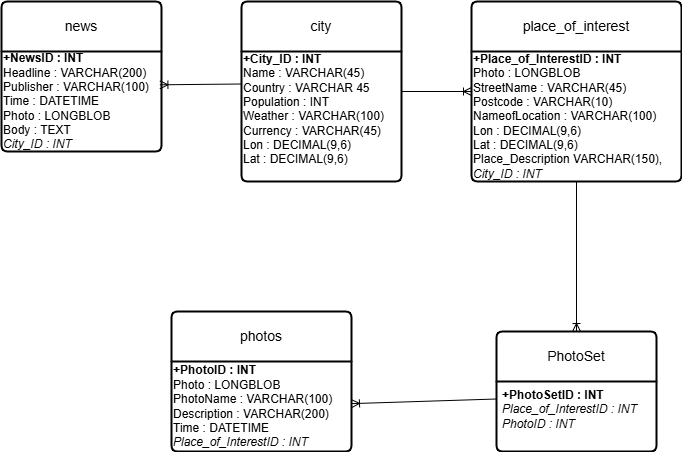
Earlier version of the draw.io export ER Models/LogicalERModel.png (ArafatRChowdhury/DSATwinCities). Source tidied: cells renumbered, new cells last; positions are measured from the earlier drawing's top-left corner, leaving out a move shared by most shapes. Source of this version:
```xml
<mxGraphModel>
  <root>
    <mxCell id="0" />
    <mxCell id="1" parent="0" />
    <mxCell id="2" value="city" style="swimlane;horizontal=1;startSize=50;rounded=1;fontSize=14;fontStyle=0;strokeWidth=2;shadow=0;dashed=0;align=center;arcSize=4;whiteSpace=wrap;html=1;" parent="1" vertex="1">
      <mxGeometry x="240" width="160" height="180" as="geometry" />
    </mxCell>
    <mxCell id="3" value="&lt;b&gt;+City_ID : INT&lt;/b&gt;&lt;div&gt;Name : VARCHAR(45)&lt;/div&gt;&lt;div&gt;Country : VARCHAR 45&lt;/div&gt;&lt;div&gt;Population : INT&lt;/div&gt;&lt;div&gt;Weather : VARCHAR(100)&lt;/div&gt;&lt;div&gt;Currency : VARCHAR(45)&lt;/div&gt;&lt;div&gt;Lon : DECIMAL(9,6)&lt;/div&gt;&lt;div&gt;Lat : DECIMAL(9,6)&lt;/div&gt;&lt;div&gt;&lt;br&gt;&lt;/div&gt;" style="text;html=1;align=left;verticalAlign=middle;whiteSpace=wrap;rounded=0;" parent="2" vertex="1">
      <mxGeometry y="50" width="160" height="130" as="geometry" />
    </mxCell>
    <mxCell id="4" value="place_of_interest" style="swimlane;horizontal=1;startSize=50;rounded=1;fontSize=14;fontStyle=0;strokeWidth=2;shadow=0;dashed=0;align=center;arcSize=4;whiteSpace=wrap;html=1;" parent="1" vertex="1">
      <mxGeometry x="470" width="210" height="180" as="geometry" />
    </mxCell>
    <mxCell id="5" value="&lt;b&gt;+Place_of_InterestID : INT&lt;/b&gt;&lt;div&gt;Photo : LONGBLOB&lt;/div&gt;&lt;div&gt;StreetName : VARCHAR(45)&lt;/div&gt;&lt;div&gt;Postcode : VARCHAR(10)&lt;/div&gt;&lt;div&gt;NameofLocation : VARCHAR(100)&lt;/div&gt;&lt;div&gt;Lon : DECIMAL(9,6)&lt;/div&gt;&lt;div&gt;Lat : DECIMAL(9,6)&lt;/div&gt;&lt;div&gt;Place_Description VARCHAR(150),&lt;/div&gt;&lt;div&gt;&lt;div&gt;&lt;i&gt;City_ID : INT&lt;/i&gt;&lt;/div&gt;&lt;/div&gt;" style="text;html=1;align=left;verticalAlign=middle;whiteSpace=wrap;rounded=0;" parent="4" vertex="1">
      <mxGeometry y="50" width="210" height="130" as="geometry" />
    </mxCell>
    <mxCell id="6" value="photos" style="swimlane;horizontal=1;startSize=50;rounded=1;fontSize=14;fontStyle=0;strokeWidth=2;shadow=0;dashed=0;align=center;arcSize=4;whiteSpace=wrap;html=1;" parent="1" vertex="1">
      <mxGeometry x="170" y="310" width="180" height="140" as="geometry" />
    </mxCell>
    <mxCell id="7" value="&lt;b&gt;+PhotoID : INT&lt;/b&gt;&lt;div&gt;Photo : LONGBLOB&lt;/div&gt;&lt;div&gt;PhotoName : VARCHAR(100)&lt;/div&gt;&lt;div&gt;Description : VARCHAR(200)&lt;/div&gt;&lt;div&gt;Time : DATETIME&lt;/div&gt;&lt;div&gt;&lt;i&gt;Place_of_InterestID : INT&lt;/i&gt;&lt;/div&gt;" style="text;html=1;align=left;verticalAlign=middle;points=[];strokeColor=none;fillColor=none;" parent="6" vertex="1">
      <mxGeometry y="50" width="180" height="90" as="geometry" />
    </mxCell>
    <mxCell id="8" value="news" style="swimlane;horizontal=1;startSize=50;rounded=1;fontSize=14;fontStyle=0;strokeWidth=2;shadow=0;dashed=0;align=center;arcSize=4;whiteSpace=wrap;html=1;" parent="1" vertex="1">
      <mxGeometry width="160" height="150" as="geometry" />
    </mxCell>
    <mxCell id="9" value="&lt;b&gt;+NewsID : INT&lt;/b&gt;&lt;div&gt;Headline : VARCHAR(200)&lt;/div&gt;&lt;div&gt;Publisher : VARCHAR(100)&lt;/div&gt;&lt;div&gt;Time : DATETIME&lt;/div&gt;&lt;div&gt;Photo : LONGBLOB&lt;/div&gt;&lt;div&gt;Body : TEX&lt;span style=&quot;background-color: transparent; color: light-dark(rgb(0, 0, 0), rgb(255, 255, 255));&quot;&gt;T&lt;/span&gt;&lt;/div&gt;&lt;div&gt;&lt;i&gt;City_ID : INT&lt;/i&gt;&lt;/div&gt;" style="text;html=1;align=left;verticalAlign=middle;whiteSpace=wrap;rounded=0;" parent="8" vertex="1">
      <mxGeometry y="50" width="160" height="100" as="geometry" />
    </mxCell>
    <mxCell id="10" style="fontSize=12;html=1;endArrow=ERoneToMany;rounded=0;entryX=0.99;entryY=0.333;entryDx=0;entryDy=0;exitX=0;exitY=0.25;exitDx=0;exitDy=0;entryPerimeter=0;" parent="1" edge="1" source="3" target="9">
      <mxGeometry relative="1" as="geometry" />
    </mxCell>
    <mxCell id="11" style="fontSize=12;html=1;endArrow=ERoneToMany;rounded=0;exitX=1;exitY=0.5;exitDx=0;exitDy=0;entryX=0;entryY=0.5;entryDx=0;entryDy=0;" parent="1" edge="1" source="2" target="4">
      <mxGeometry relative="1" as="geometry" />
    </mxCell>
    <mxCell id="12" value="PhotoSet" style="swimlane;horizontal=1;startSize=50;rounded=1;fontSize=14;fontStyle=0;strokeWidth=2;shadow=0;dashed=0;align=center;arcSize=4;whiteSpace=wrap;html=1;" parent="1" vertex="1">
      <mxGeometry x="495" y="330" width="160" height="120" as="geometry" />
    </mxCell>
    <mxCell id="13" value="&lt;b&gt;+PhotoSetID : INT&lt;/b&gt;&lt;br&gt;&lt;i&gt;Place_of_InterestID : INT&lt;br&gt;PhotoID : INT&lt;/i&gt;" style="align=left;strokeColor=none;fillColor=none;spacingLeft=4;spacingRight=4;fontSize=12;verticalAlign=top;html=1;whiteSpace=wrap;" parent="12" vertex="1">
      <mxGeometry y="50" width="160" height="70" as="geometry" />
    </mxCell>
    <mxCell id="14" style="fontSize=12;html=1;endArrow=ERoneToMany;rounded=0;exitX=0.5;exitY=1;exitDx=0;exitDy=0;entryX=0.5;entryY=0;entryDx=0;entryDy=0;" parent="1" edge="1" source="5" target="12">
      <mxGeometry relative="1" as="geometry" />
    </mxCell>
    <mxCell id="15" style="fontSize=12;html=1;endArrow=ERoneToMany;rounded=0;exitX=0;exitY=0.25;exitDx=0;exitDy=0;" parent="1" edge="1" source="13" target="7">
      <mxGeometry relative="1" as="geometry" />
    </mxCell>
  </root>
</mxGraphModel>
```
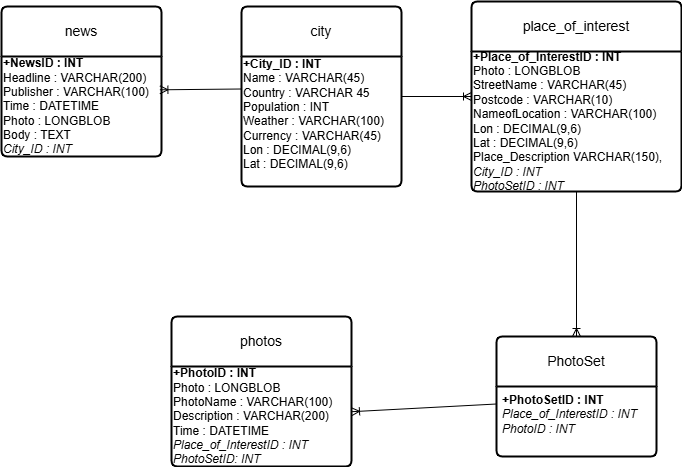
The same file after the commit.

The edit, as a diff of the source:
```diff
@@ -9,16 +9,16 @@
       <mxGeometry y="50" width="160" height="130" as="geometry" />
     </mxCell>
     <mxCell id="4" value="place_of_interest" style="swimlane;horizontal=1;startSize=50;rounded=1;fontSize=14;fontStyle=0;strokeWidth=2;shadow=0;dashed=0;align=center;arcSize=4;whiteSpace=wrap;html=1;" parent="1" vertex="1">
-      <mxGeometry x="470" width="210" height="180" as="geometry" />
+      <mxGeometry x="470" y="-5" width="210" height="190" as="geometry" />
     </mxCell>
-    <mxCell id="5" value="&lt;b&gt;+Place_of_InterestID : INT&lt;/b&gt;&lt;div&gt;Photo : LONGBLOB&lt;/div&gt;&lt;div&gt;StreetName : VARCHAR(45)&lt;/div&gt;&lt;div&gt;Postcode : VARCHAR(10)&lt;/div&gt;&lt;div&gt;NameofLocation : VARCHAR(100)&lt;/div&gt;&lt;div&gt;Lon : DECIMAL(9,6)&lt;/div&gt;&lt;div&gt;Lat : DECIMAL(9,6)&lt;/div&gt;&lt;div&gt;Place_Description VARCHAR(150),&lt;/div&gt;&lt;div&gt;&lt;div&gt;&lt;i&gt;City_ID : INT&lt;/i&gt;&lt;/div&gt;&lt;/div&gt;" style="text;html=1;align=left;verticalAlign=middle;whiteSpace=wrap;rounded=0;" parent="4" vertex="1">
-      <mxGeometry y="50" width="210" height="130" as="geometry" />
+    <mxCell id="5" value="&lt;b&gt;+Place_of_InterestID : INT&lt;/b&gt;&lt;div&gt;Photo : LONGBLOB&lt;/div&gt;&lt;div&gt;StreetName : VARCHAR(45)&lt;/div&gt;&lt;div&gt;Postcode : VARCHAR(10)&lt;/div&gt;&lt;div&gt;NameofLocation : VARCHAR(100)&lt;/div&gt;&lt;div&gt;Lon : DECIMAL(9,6)&lt;/div&gt;&lt;div&gt;Lat : DECIMAL(9,6)&lt;/div&gt;&lt;div&gt;Place_Description VARCHAR(150),&lt;/div&gt;&lt;div&gt;&lt;div&gt;&lt;i&gt;City_ID : INT&lt;/i&gt;&lt;/div&gt;&lt;/div&gt;&lt;div&gt;&lt;i&gt;PhotoSetID : INT&lt;/i&gt;&lt;/div&gt;" style="text;html=1;align=left;verticalAlign=middle;whiteSpace=wrap;rounded=0;" parent="4" vertex="1">
+      <mxGeometry y="50" width="210" height="140" as="geometry" />
     </mxCell>
     <mxCell id="6" value="photos" style="swimlane;horizontal=1;startSize=50;rounded=1;fontSize=14;fontStyle=0;strokeWidth=2;shadow=0;dashed=0;align=center;arcSize=4;whiteSpace=wrap;html=1;" parent="1" vertex="1">
-      <mxGeometry x="170" y="310" width="180" height="140" as="geometry" />
+      <mxGeometry x="170" y="310" width="180" height="150" as="geometry" />
     </mxCell>
-    <mxCell id="7" value="&lt;b&gt;+PhotoID : INT&lt;/b&gt;&lt;div&gt;Photo : LONGBLOB&lt;/div&gt;&lt;div&gt;PhotoName : VARCHAR(100)&lt;/div&gt;&lt;div&gt;Description : VARCHAR(200)&lt;/div&gt;&lt;div&gt;Time : DATETIME&lt;/div&gt;&lt;div&gt;&lt;i&gt;Place_of_InterestID : INT&lt;/i&gt;&lt;/div&gt;" style="text;html=1;align=left;verticalAlign=middle;points=[];strokeColor=none;fillColor=none;" parent="6" vertex="1">
-      <mxGeometry y="50" width="180" height="90" as="geometry" />
+    <mxCell id="7" value="&lt;b&gt;+PhotoID : INT&lt;/b&gt;&lt;div&gt;Photo : LONGBLOB&lt;/div&gt;&lt;div&gt;PhotoName : VARCHAR(100)&lt;/div&gt;&lt;div&gt;Description : VARCHAR(200)&lt;/div&gt;&lt;div&gt;Time : DATETIME&lt;/div&gt;&lt;div&gt;&lt;i&gt;Place_of_InterestID : INT&lt;/i&gt;&lt;/div&gt;&lt;div&gt;&lt;i&gt;PhotoSetID: INT&lt;/i&gt;&lt;/div&gt;" style="text;html=1;align=left;verticalAlign=middle;points=[];strokeColor=none;fillColor=none;" parent="6" vertex="1">
+      <mxGeometry y="50" width="180" height="100" as="geometry" />
     </mxCell>
     <mxCell id="8" value="news" style="swimlane;horizontal=1;startSize=50;rounded=1;fontSize=14;fontStyle=0;strokeWidth=2;shadow=0;dashed=0;align=center;arcSize=4;whiteSpace=wrap;html=1;" parent="1" vertex="1">
       <mxGeometry width="160" height="150" as="geometry" />
```
